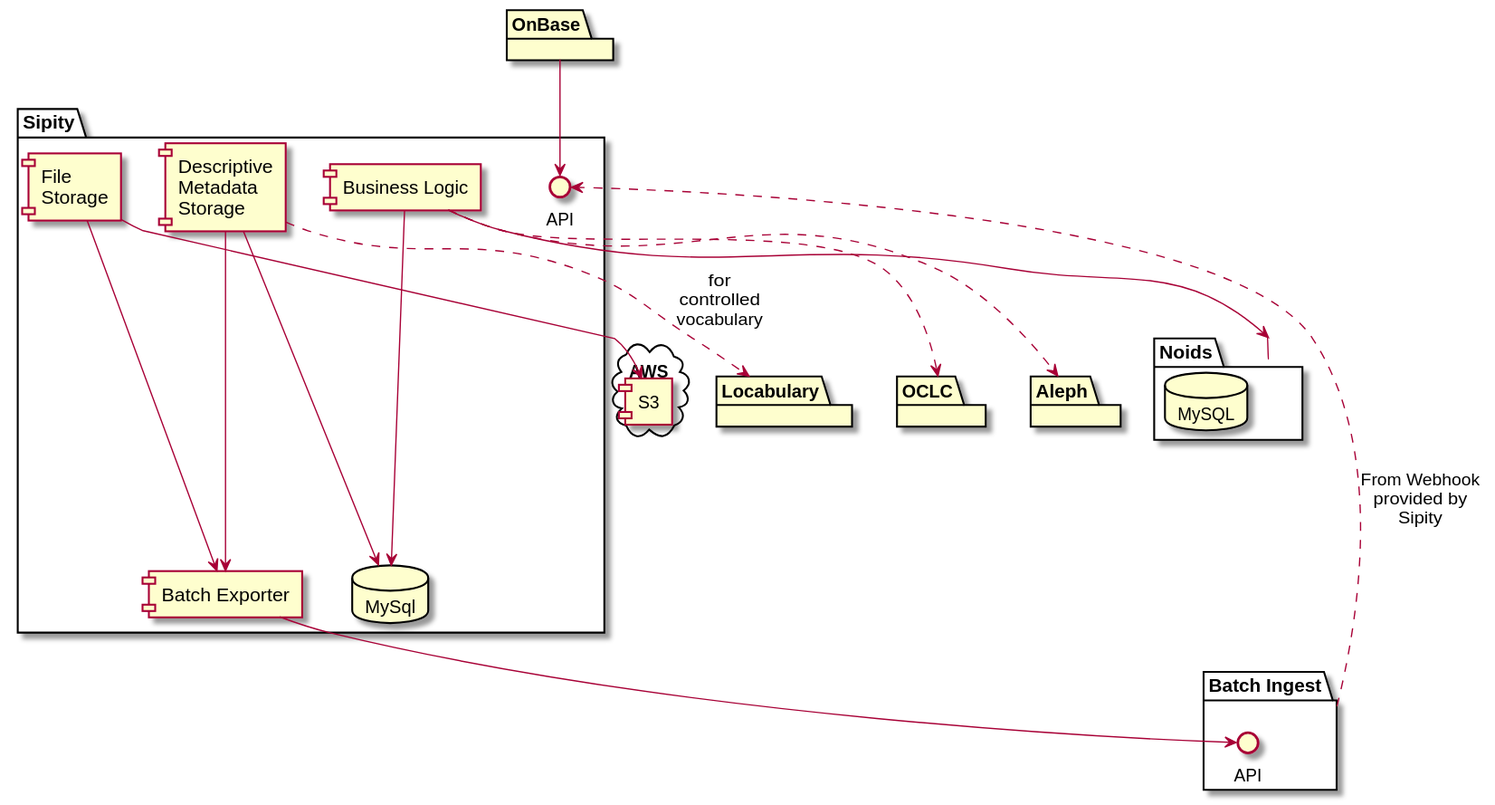
Above: plantuml/sipity.svg in ndlib/dam-ecosystem-mapping (PlantUML), before the change.
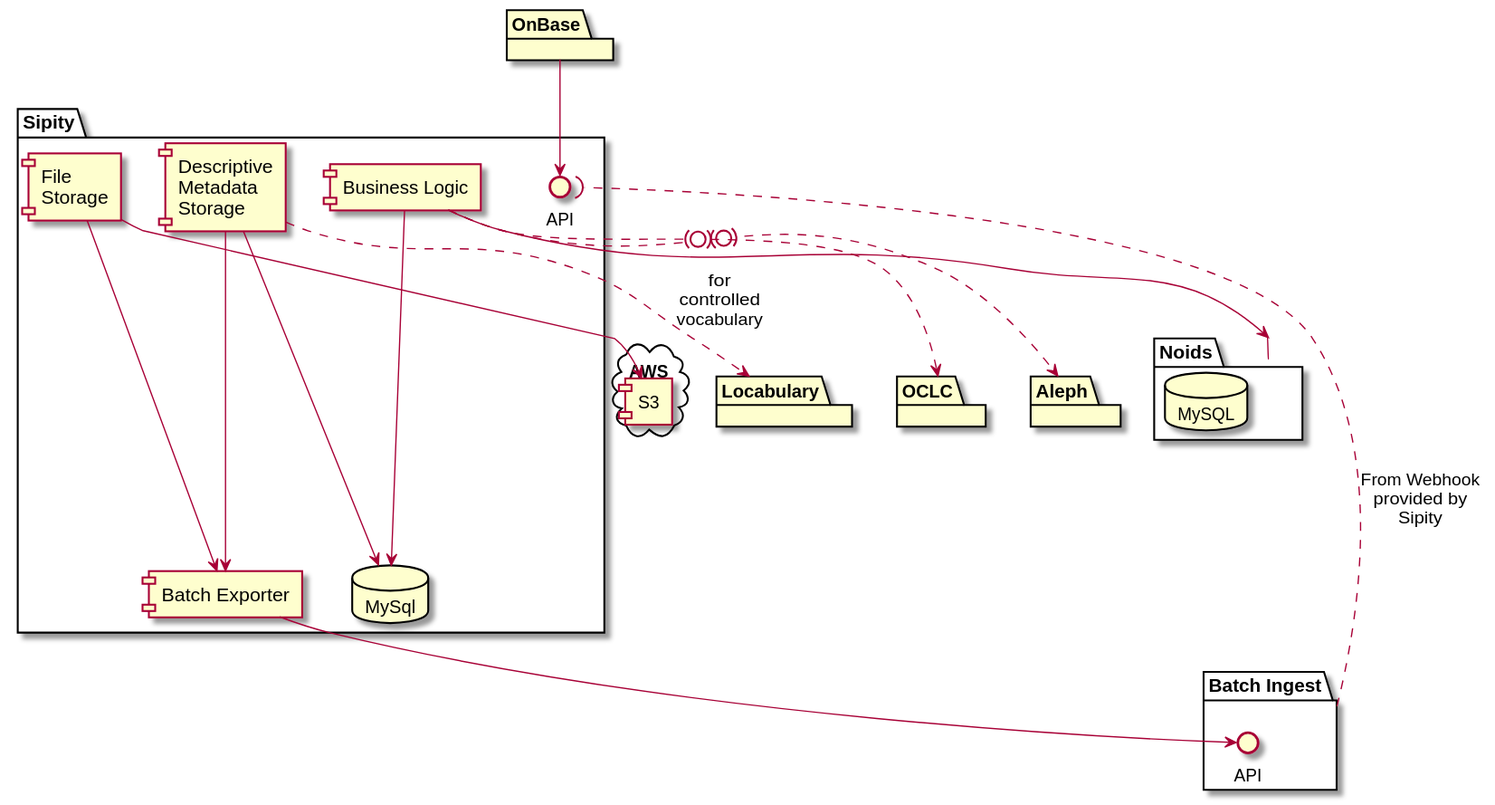
Above is the later version.

What changed in the source:
```diff
@@ -35,11 +35,11 @@
 SipityBE --> BatchAPI
 SipityFS --> SipityBE
 SipityDMS --> SipityBE
-Batch ..> SipityAPI : "From Webhook\nprovided by\nSipity"
+Batch ..( SipityAPI : "From Webhook\nprovided by\nSipity"
 SipityBL --> MySql
 SipityBL --> Noids
 OnBase --> SipityAPI
-SipityBL ..> Aleph
-SipityBL ..> OCLC
+SipityBL .(0).> Aleph
+SipityBL .(0).> OCLC
 
 @enduml
```
